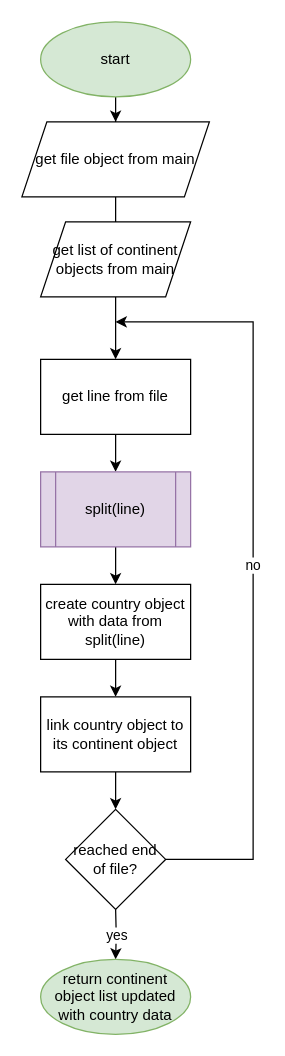
Earlier version of the draw.io diagram page "parse_file()" (3 of 6) of Continental_Data_Flowchart.drawio (Joel-Vernon-98/Continental_Data). Source tidied: cells renumbered, new cells numbered last; positions are measured from the earlier drawing's top-left corner, leaving out a move shared by most shapes. Both pictures are drawn from the tidied source at 125%, with x=0, y=0 at pixel (21, 21).
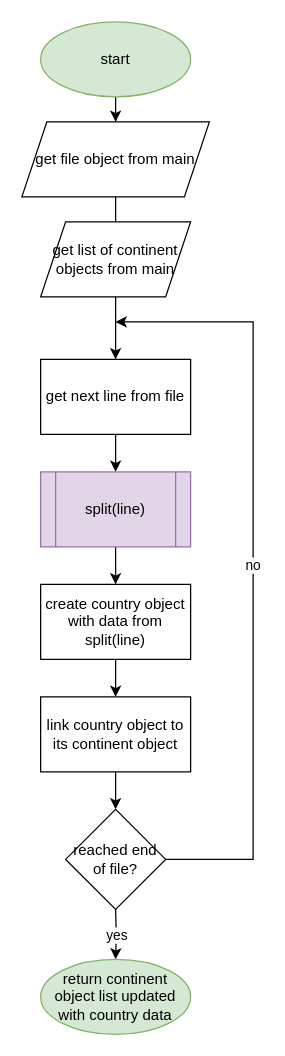
After the change.

Change to the diagram source:
```diff
@@
-    <mxCell id="7" value="get line from file" style="rounded=0;whiteSpace=wrap;html=1;" parent="1" vertex="1">
+    <mxCell id="7" value="get next line from file" style="rounded=0;whiteSpace=wrap;html=1;" parent="1" vertex="1">
       <mxGeometry x="15" y="270" width="120" height="60" as="geometry" />
     </mxCell>
```
